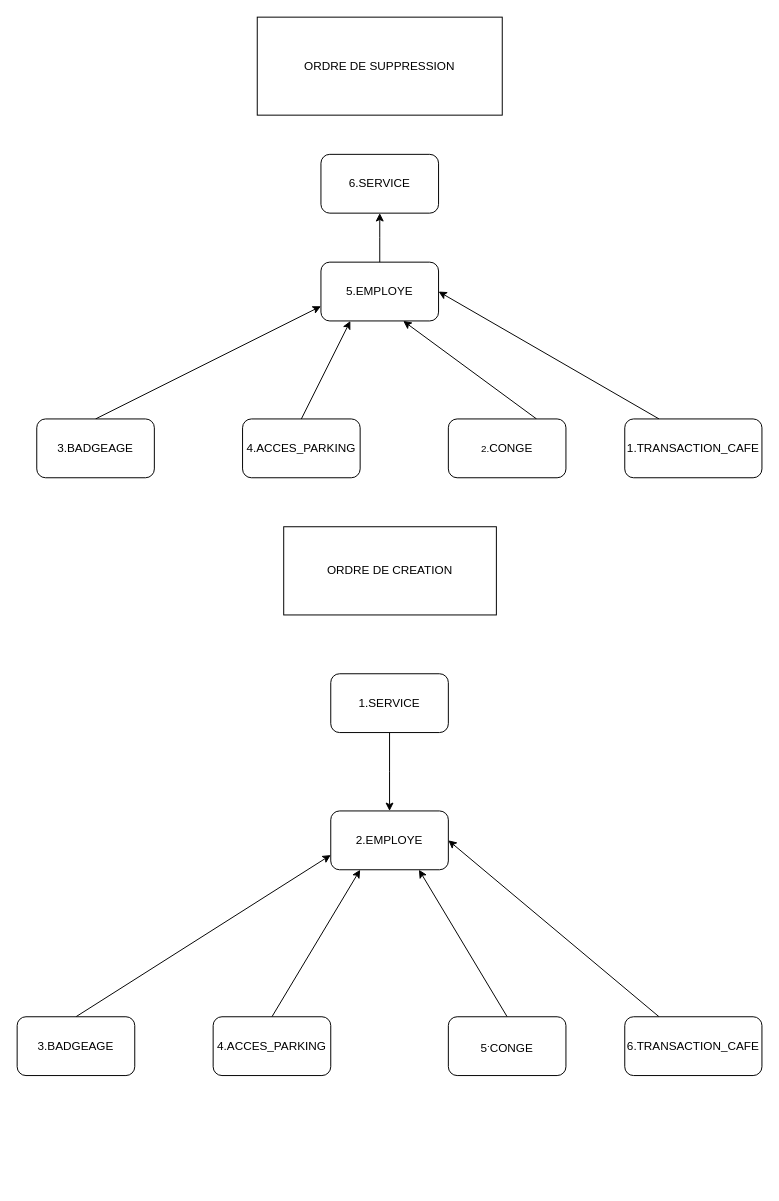
Above: Arbre_Adakor.drawio in gdiaby2403/repo1 (draw.io), before the change. Source tidied: cells renumbered, new cells numbered last; positions are measured from the earlier drawing's top-left corner, leaving out a move shared by most shapes. Both pictures are drawn from the tidied source at 98%, with x=0, y=0 at pixel (17, 17).
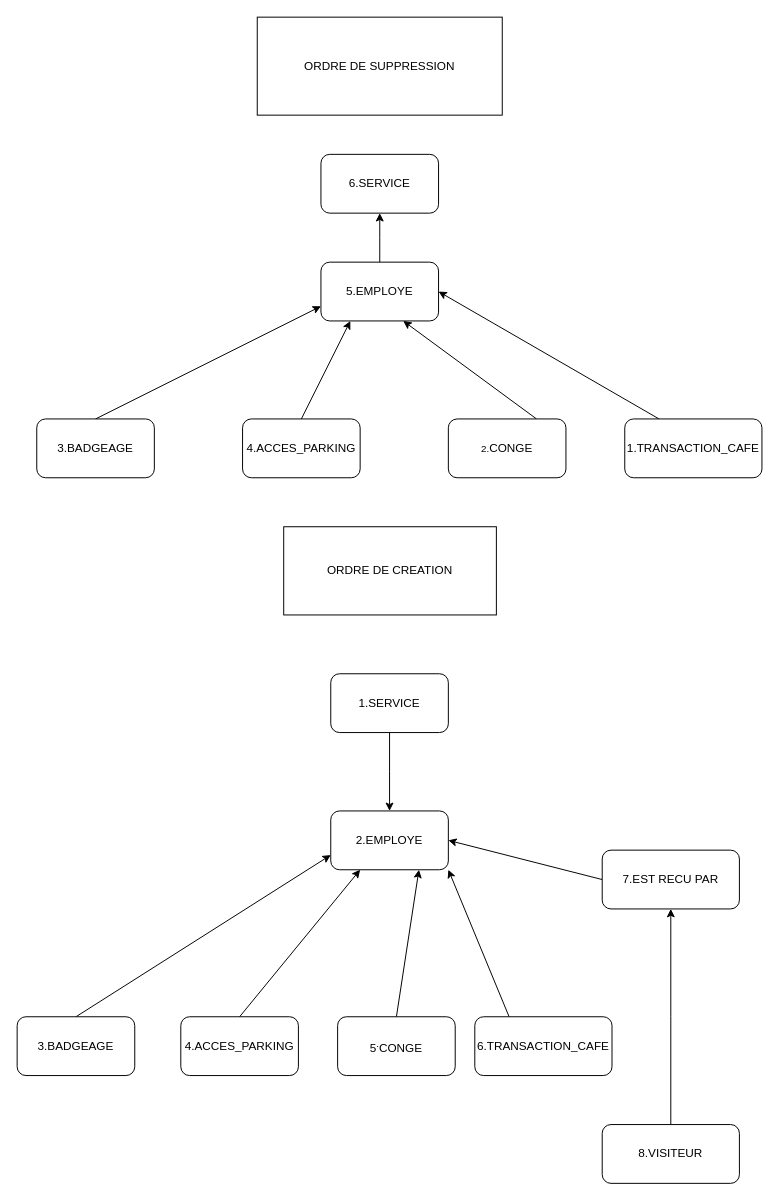
After the change.

Commit message:
Mettre à jour Arbre_Adakor.drawio

The change refers to these unchanged cells:
```xml
<mxCell id="2" value="2.EMPLOYE" style="rounded=1;whiteSpace=wrap;html=1;" parent="1" vertex="1">
  <mxGeometry x="320" y="810" width="120" height="60" as="geometry" />
</mxCell>
```

Diff of the diagram source:
```diff
@@
+    <mxCell id="26" style="shape=wire;rounded=0;jettySize=auto;elbow=vertical;html=1;exitX=1;exitY=0.5;exitDx=0;exitDy=0;entryX=0;entryY=0.5;entryDx=0;entryDy=0;dashed=1;startArrow=classic;startFill=1;endArrow=none;endFill=0;" parent="1" edge="1" source="2" target="29">
+      <mxGeometry relative="1" as="geometry" />
+    </mxCell>
@@
     <mxCell id="4" value="5&lt;sup&gt;.&lt;/sup&gt;CONGE" style="rounded=1;whiteSpace=wrap;html=1;" parent="1" vertex="1">
-      <mxGeometry x="440" y="1020" width="120" height="60" as="geometry" />
+      <mxGeometry x="327" y="1020" width="120" height="60" as="geometry" />
     </mxCell>
@@
-    <mxCell id="7" style="shape=wire;rounded=0;jettySize=auto;elbow=vertical;html=1;exitX=0.25;exitY=0;exitDx=0;exitDy=0;entryX=1;entryY=0.5;entryDx=0;entryDy=0;dashed=1;" parent="1" edge="1" source="8" target="2">
+    <mxCell id="7" style="shape=wire;rounded=0;jettySize=auto;elbow=vertical;html=1;exitX=0.25;exitY=0;exitDx=0;exitDy=0;entryX=1;entryY=1;entryDx=0;entryDy=0;dashed=1;" parent="1" edge="1" source="8" target="2">
       <mxGeometry relative="1" as="geometry" />
     </mxCell>
     <mxCell id="8" value="6.TRANSACTION_CAFE" style="rounded=1;whiteSpace=wrap;html=1;" parent="1" vertex="1">
-      <mxGeometry x="620" y="1020" width="140" height="60" as="geometry" />
+      <mxGeometry x="467" y="1020" width="140" height="60" as="geometry" />
     </mxCell>
@@
     <mxCell id="10" value="4.ACCES_PARKING" style="rounded=1;whiteSpace=wrap;html=1;" parent="1" vertex="1">
-      <mxGeometry x="200" y="1020" width="120" height="60" as="geometry" />
+      <mxGeometry x="167" y="1020" width="120" height="60" as="geometry" />
     </mxCell>
@@
+    <mxCell id="27" style="edgeStyle=elbowEdgeStyle;shape=wire;rounded=0;jettySize=auto;elbow=vertical;html=1;exitX=0.5;exitY=0;exitDx=0;exitDy=0;entryX=0.5;entryY=1;entryDx=0;entryDy=0;dashed=1;" parent="1" edge="1" source="28" target="29">
+      <mxGeometry relative="1" as="geometry" />
+    </mxCell>
+    <mxCell id="28" value="8.VISITEUR" style="rounded=1;whiteSpace=wrap;html=1;" parent="1" vertex="1">
+      <mxGeometry x="597" y="1130" width="140" height="60" as="geometry" />
+    </mxCell>
+    <mxCell id="29" value="7.EST RECU PAR" style="rounded=1;whiteSpace=wrap;html=1;" parent="1" vertex="1">
+      <mxGeometry x="597" y="850" width="140" height="60" as="geometry" />
+    </mxCell>
```
